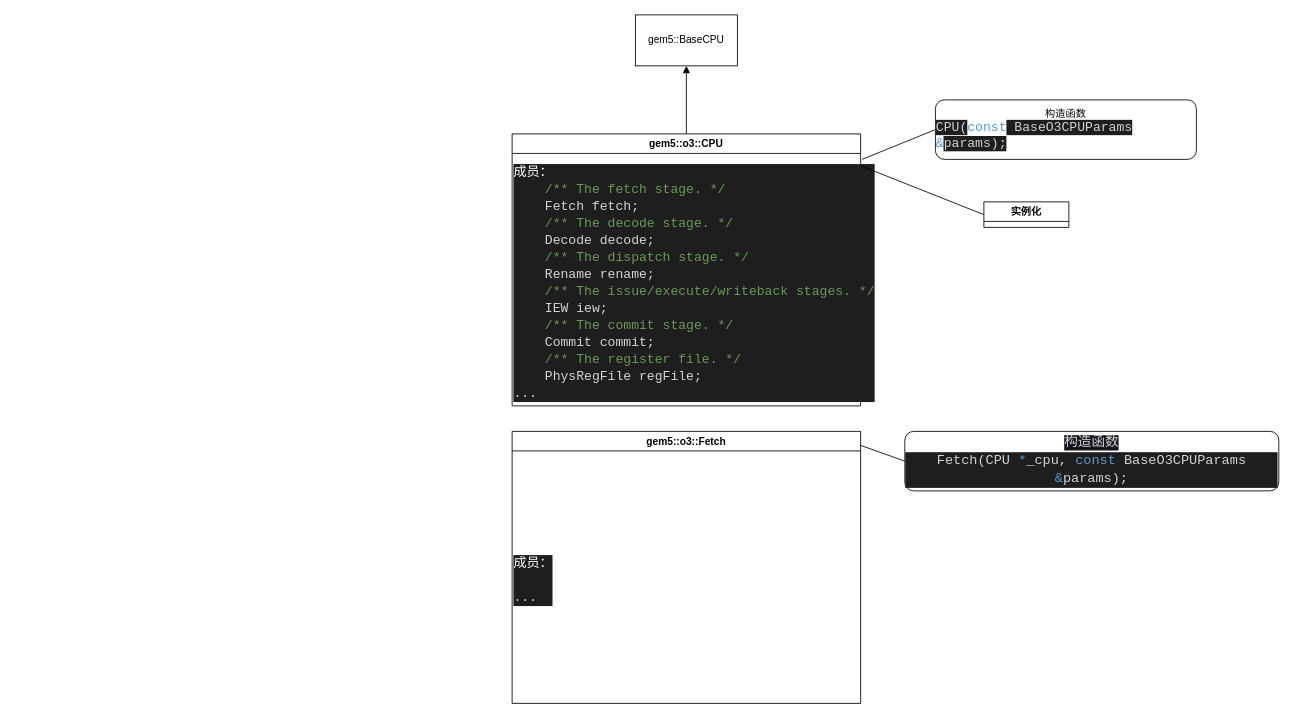
This is learningNote/note.drawio from matchchen/gem5, a draw.io file, before an edit. Source tidied: cells renumbered, new cells numbered last; positions are measured from the earlier drawing's top-left corner, leaving out a move shared by most shapes. Both pictures are drawn from the tidied source at 85%, with x=0, y=0 at pixel (512, 14).
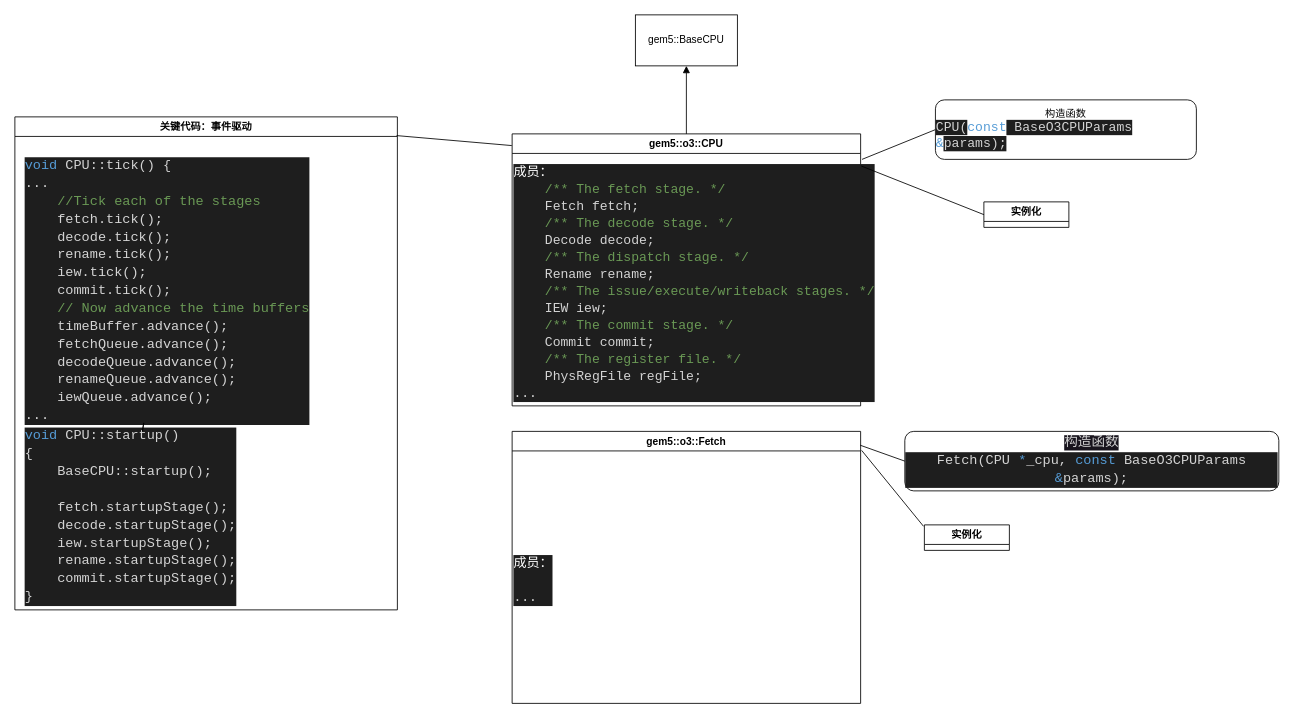
Above is the later version.

The change refers to these unchanged cells:
```xml
<mxCell id="6" value="gem5::o3::CPU" style="swimlane;startSize=23;" parent="1" vertex="1">
  <mxGeometry y="140" width="410" height="320" as="geometry" />
</mxCell>
<mxCell id="10" value="gem5::o3::Fetch" style="swimlane;startSize=23;" parent="1" vertex="1">
  <mxGeometry y="490" width="410" height="320" as="geometry" />
</mxCell>
```

The edit, as a diff of the source:
```diff
@@
+    <mxCell id="14" style="edgeStyle=none;html=1;exitX=1.003;exitY=0.07;exitDx=0;exitDy=0;entryX=-0.01;entryY=0.056;entryDx=0;entryDy=0;entryPerimeter=0;fontColor=#FFFFFF;endArrow=none;endFill=0;exitPerimeter=0;" parent="1" edge="1" source="10" target="15">
+      <mxGeometry relative="1" as="geometry" />
+    </mxCell>
@@
+    <mxCell id="15" value="实例化" style="swimlane;startSize=23;" parent="1" vertex="1" collapsed="1">
+      <mxGeometry x="485" y="600" width="100" height="30" as="geometry" />
+    </mxCell>
+    <mxCell id="16" value="&lt;div style=&quot;background-color: rgb(30, 30, 30); line-height: 20px;&quot;&gt;&lt;div style=&quot;background-color: rgb(42, 37, 47);&quot;&gt;&lt;div style=&quot;background-color: rgb(30, 30, 30); line-height: 20px;&quot;&gt;&lt;div style=&quot;font-size: 15.4px;&quot;&gt;&lt;br&gt;&lt;/div&gt;&lt;/div&gt;&lt;/div&gt;&lt;/div&gt;" style="text;html=1;align=center;verticalAlign=middle;strokeColor=none;fillColor=none;labelPosition=center;verticalLabelPosition=middle;" parent="1" vertex="1">
+      <mxGeometry x="780" y="635" width="20" height="30" as="geometry" />
+    </mxCell>
+    <mxCell id="17" value="关键代码：事件驱动" style="swimlane;startSize=23;" parent="1" vertex="1">
+      <mxGeometry x="-585" y="120" width="450" height="580" as="geometry" />
+    </mxCell>
+    <mxCell id="18" value="&lt;div style=&quot;background-color: rgb(30, 30, 30); line-height: 20px;&quot;&gt;&lt;div style=&quot;background-color: rgb(42, 37, 47);&quot;&gt;&lt;div style=&quot;background-color: rgb(30, 30, 30); line-height: 20px;&quot;&gt;&lt;div style=&quot;color: rgb(212, 212, 212); font-size: 15.4px;&quot;&gt;&lt;div style=&quot;font-family: Consolas, &amp;quot;Courier New&amp;quot;, monospace; font-size: 15.96px; line-height: 21px;&quot;&gt;&lt;div&gt;&lt;span style=&quot;color: #569cd6;&quot;&gt;void&amp;nbsp;&lt;/span&gt;CPU::tick() {&lt;/div&gt;&lt;div&gt;...&lt;br&gt;&lt;div style=&quot;font-size: 15.96px; line-height: 21px;&quot;&gt;&lt;div&gt;&lt;span style=&quot;color: #6a9955;&quot;&gt;&amp;nbsp; &amp;nbsp; //Tick each of the stages&lt;/span&gt;&lt;/div&gt;&lt;div&gt;&amp;nbsp; &amp;nbsp; fetch.tick();&lt;/div&gt;&lt;div&gt;&amp;nbsp; &amp;nbsp; decode.tick();&lt;/div&gt;&lt;div&gt;&amp;nbsp; &amp;nbsp; rename.tick();&lt;/div&gt;&lt;div&gt;&amp;nbsp; &amp;nbsp; iew.tick();&lt;/div&gt;&lt;div&gt;&amp;nbsp; &amp;nbsp; commit.tick();&lt;/div&gt;&lt;div&gt;&lt;span style=&quot;color: #6a9955;&quot;&gt;&amp;nbsp; &amp;nbsp; // Now advance the time buffers&lt;/span&gt;&lt;/div&gt;&lt;div&gt;&amp;nbsp; &amp;nbsp; timeBuffer.advance();&lt;/div&gt;&lt;div&gt;&amp;nbsp; &amp;nbsp; fetchQueue.advance();&lt;/div&gt;&lt;div&gt;&amp;nbsp; &amp;nbsp; decodeQueue.advance();&lt;/div&gt;&lt;div&gt;&amp;nbsp; &amp;nbsp; renameQueue.advance();&lt;/div&gt;&lt;div&gt;&amp;nbsp; &amp;nbsp; iewQueue.advance();&lt;/div&gt;&lt;/div&gt;&lt;/div&gt;&lt;div&gt;...&lt;/div&gt;&lt;/div&gt;&lt;/div&gt;&lt;/div&gt;&lt;/div&gt;&lt;/div&gt;" style="text;html=1;align=left;verticalAlign=middle;points=[];strokeColor=none;fillColor=none;" parent="17" vertex="1">
+      <mxGeometry x="10" y="40" width="330" height="330" as="geometry" />
+    </mxCell>
+    <mxCell id="19" value="&lt;div style=&quot;background-color: rgb(30, 30, 30); line-height: 20px;&quot;&gt;&lt;div style=&quot;background-color: rgb(42, 37, 47);&quot;&gt;&lt;div style=&quot;background-color: rgb(30, 30, 30); line-height: 20px;&quot;&gt;&lt;div style=&quot;color: rgb(212, 212, 212); font-size: 15.4px;&quot;&gt;&lt;div style=&quot;font-family: Consolas, &amp;quot;Courier New&amp;quot;, monospace; font-size: 15.96px; line-height: 21px;&quot;&gt;&lt;div&gt;&lt;div style=&quot;font-size: 15.96px; line-height: 21px;&quot;&gt;&lt;div&gt;&lt;span style=&quot;color: #569cd6;&quot;&gt;void&amp;nbsp;&lt;/span&gt;CPU::startup()&lt;/div&gt;&lt;div&gt;{&lt;/div&gt;&lt;div&gt;&amp;nbsp; &amp;nbsp; BaseCPU::startup();&lt;/div&gt;&lt;br&gt;&lt;div&gt;&amp;nbsp; &amp;nbsp; fetch.startupStage();&lt;/div&gt;&lt;div&gt;&amp;nbsp; &amp;nbsp; decode.startupStage();&lt;/div&gt;&lt;div&gt;&amp;nbsp; &amp;nbsp; iew.startupStage();&lt;/div&gt;&lt;div&gt;&amp;nbsp; &amp;nbsp; rename.startupStage();&lt;/div&gt;&lt;div&gt;&amp;nbsp; &amp;nbsp; commit.startupStage();&lt;/div&gt;&lt;div&gt;}&lt;/div&gt;&lt;/div&gt;&lt;/div&gt;&lt;/div&gt;&lt;/div&gt;&lt;/div&gt;&lt;/div&gt;&lt;/div&gt;" style="text;html=1;align=left;verticalAlign=middle;points=[];strokeColor=none;fillColor=none;" parent="17" vertex="1">
+      <mxGeometry x="10" y="360" width="250" height="220" as="geometry" />
+    </mxCell>
+    <mxCell id="20" style="edgeStyle=none;html=1;fontColor=#FFFFFF;endArrow=none;endFill=0;" parent="17" edge="1" source="18" target="19">
+      <mxGeometry relative="1" as="geometry" />
+    </mxCell>
+    <mxCell id="21" style="edgeStyle=none;html=1;fontColor=#FFFFFF;endArrow=none;endFill=0;" parent="17" edge="1" source="18" target="19">
+      <mxGeometry relative="1" as="geometry" />
+    </mxCell>
+    <mxCell id="22" style="edgeStyle=none;html=1;exitX=0.998;exitY=0.038;exitDx=0;exitDy=0;entryX=-0.001;entryY=0.043;entryDx=0;entryDy=0;entryPerimeter=0;fontColor=#FFFFFF;endArrow=none;endFill=0;exitPerimeter=0;" parent="1" edge="1" source="17" target="6">
+      <mxGeometry relative="1" as="geometry" />
+    </mxCell>
```
